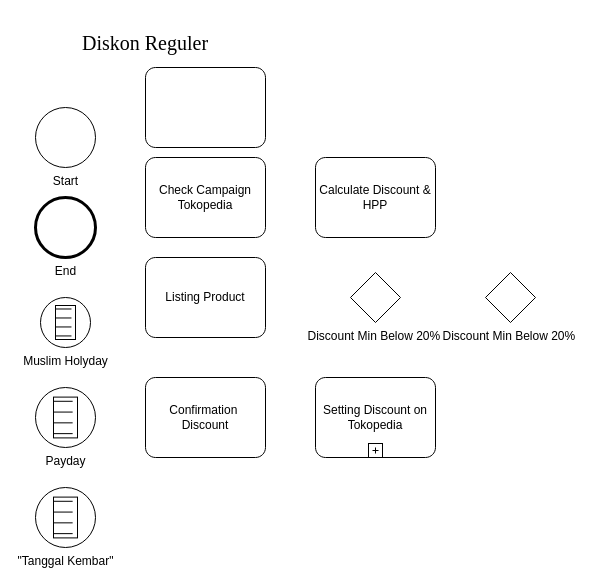
Before: BPMN-KP-Coba.drawio in xoghub/diagrams, a draw.io diagram. Source tidied: cells renumbered, new cells numbered last; positions are measured from the earlier drawing's top-left corner, leaving out a move shared by most shapes. Both pictures are drawn from the tidied source at 100%, with x=0, y=0 at pixel (35, 17).
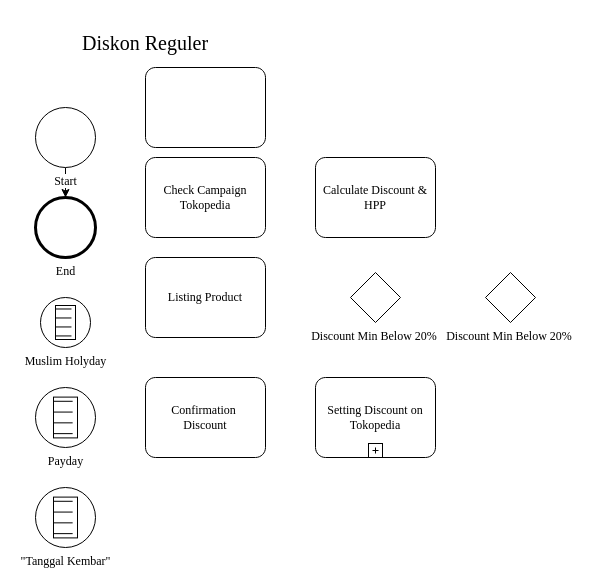
Above is the later version.

The edit, as a diff of the source:
```diff
@@
 <mxGraphModel>
   <root>
     <mxCell id="0" />
     <mxCell id="1" parent="0" />
-    <mxCell id="2" value="Listing Product" style="shape=mxgraph.bpmn.task;whiteSpace=wrap;rectStyle=rounded;size=10;html=1;taskMarker=abstract;" parent="1" vertex="1">
+    <mxCell id="2" value="Listing Product" style="shape=mxgraph.bpmn.task;whiteSpace=wrap;rectStyle=rounded;size=10;html=1;taskMarker=abstract;fontFamily=Times New Roman;" parent="1" vertex="1">
       <mxGeometry x="110" y="240" width="120" height="80" as="geometry" />
     </mxCell>
-    <mxCell id="3" value="&lt;font face=&quot;Times New Roman&quot; style=&quot;font-size: 20px;&quot;&gt;Diskon Reguler&lt;/font&gt;" style="text;html=1;strokeColor=none;fillColor=none;align=center;verticalAlign=middle;whiteSpace=wrap;rounded=0;" parent="1" vertex="1">
+    <mxCell id="3" value="&lt;font style=&quot;font-size: 20px;&quot;&gt;Diskon Reguler&lt;/font&gt;" style="text;html=1;strokeColor=none;fillColor=none;align=center;verticalAlign=middle;whiteSpace=wrap;rounded=0;fontFamily=Times New Roman;" parent="1" vertex="1">
       <mxGeometry x="5" width="210" height="50" as="geometry" />
     </mxCell>
+    <mxCell id="16" style="edgeStyle=orthogonalEdgeStyle;rounded=0;jettySize=auto;html=1;fontFamily=Times New Roman;" parent="1" edge="1" source="4" target="8">
+      <mxGeometry relative="1" as="geometry" />
+    </mxCell>
-    <mxCell id="4" value="Start" style="points=[[0.145,0.145,0],[0.5,0,0],[0.855,0.145,0],[1,0.5,0],[0.855,0.855,0],[0.5,1,0],[0.145,0.855,0],[0,0.5,0]];shape=mxgraph.bpmn.event;html=1;verticalLabelPosition=bottom;labelBackgroundColor=#ffffff;verticalAlign=top;align=center;perimeter=ellipsePerimeter;outlineConnect=0;outline=standard;symbol=general;" parent="1" vertex="1">
+    <mxCell id="4" value="Start" style="points=[[0.145,0.145,0],[0.5,0,0],[0.855,0.145,0],[1,0.5,0],[0.855,0.855,0],[0.5,1,0],[0.145,0.855,0],[0,0.5,0]];shape=mxgraph.bpmn.event;html=1;verticalLabelPosition=bottom;labelBackgroundColor=#ffffff;verticalAlign=top;align=center;perimeter=ellipsePerimeter;outlineConnect=0;outline=standard;symbol=general;fontFamily=Times New Roman;" parent="1" vertex="1">
       <mxGeometry y="90" width="60" height="60" as="geometry" />
     </mxCell>
-    <mxCell id="5" value="Check Campaign Tokopedia" style="shape=mxgraph.bpmn.task;whiteSpace=wrap;rectStyle=rounded;size=10;html=1;taskMarker=abstract;" parent="1" vertex="1">
+    <mxCell id="5" value="Check Campaign Tokopedia" style="shape=mxgraph.bpmn.task;whiteSpace=wrap;rectStyle=rounded;size=10;html=1;taskMarker=abstract;fontFamily=Times New Roman;" parent="1" vertex="1">
       <mxGeometry x="110" y="140" width="120" height="80" as="geometry" />
     </mxCell>
-    <mxCell id="6" value="Calculate Discount &amp;amp; HPP" style="shape=mxgraph.bpmn.task;whiteSpace=wrap;rectStyle=rounded;size=10;html=1;taskMarker=abstract;" parent="1" vertex="1">
+    <mxCell id="6" value="Calculate Discount &amp;amp; HPP" style="shape=mxgraph.bpmn.task;whiteSpace=wrap;rectStyle=rounded;size=10;html=1;taskMarker=abstract;fontFamily=Times New Roman;" parent="1" vertex="1">
       <mxGeometry x="280" y="140" width="120" height="80" as="geometry" />
     </mxCell>
-    <mxCell id="7" value="Discount Min Below 20%&amp;nbsp;" style="shape=mxgraph.bpmn.gateway2;html=1;verticalLabelPosition=bottom;labelBackgroundColor=#ffffff;verticalAlign=top;align=center;perimeter=rhombusPerimeter;outline=none;symbol=none;" parent="1" vertex="1">
+    <mxCell id="7" value="&lt;font&gt;Discount Min Below 20%&amp;nbsp;&lt;/font&gt;" style="shape=mxgraph.bpmn.gateway2;html=1;verticalLabelPosition=bottom;labelBackgroundColor=#ffffff;verticalAlign=top;align=center;perimeter=rhombusPerimeter;outline=none;symbol=none;fontFamily=Times New Roman;" parent="1" vertex="1">
       <mxGeometry x="315" y="255" width="50" height="50" as="geometry" />
     </mxCell>
-    <mxCell id="8" value="End" style="points=[[0.145,0.145,0],[0.5,0,0],[0.855,0.145,0],[1,0.5,0],[0.855,0.855,0],[0.5,1,0],[0.145,0.855,0],[0,0.5,0]];shape=mxgraph.bpmn.event;html=1;verticalLabelPosition=bottom;labelBackgroundColor=#ffffff;verticalAlign=top;align=center;perimeter=ellipsePerimeter;outlineConnect=0;outline=end;symbol=terminate2;" parent="1" vertex="1">
+    <mxCell id="8" value="End" style="points=[[0.145,0.145,0],[0.5,0,0],[0.855,0.145,0],[1,0.5,0],[0.855,0.855,0],[0.5,1,0],[0.145,0.855,0],[0,0.5,0]];shape=mxgraph.bpmn.event;html=1;verticalLabelPosition=bottom;labelBackgroundColor=#ffffff;verticalAlign=top;align=center;perimeter=ellipsePerimeter;outlineConnect=0;outline=end;symbol=terminate2;fontFamily=Times New Roman;" parent="1" vertex="1">
       <mxGeometry y="180" width="60" height="60" as="geometry" />
     </mxCell>
-    <mxCell id="9" value="Setting Discount on Tokopedia" style="shape=mxgraph.bpmn.task;whiteSpace=wrap;rectStyle=rounded;size=10;html=1;taskMarker=abstract;isLoopSub=1;" parent="1" vertex="1">
+    <mxCell id="9" value="&lt;font&gt;Setting Discount on Tokopedia&lt;/font&gt;" style="shape=mxgraph.bpmn.task;whiteSpace=wrap;rectStyle=rounded;size=10;html=1;taskMarker=abstract;isLoopSub=1;fontFamily=Times New Roman;" parent="1" vertex="1">
       <mxGeometry x="280" y="360" width="120" height="80" as="geometry" />
     </mxCell>
-    <mxCell id="10" style="shape=mxgraph.bpmn.task;whiteSpace=wrap;rectStyle=rounded;size=10;html=1;taskMarker=abstract;" parent="1" vertex="1">
+    <mxCell id="10" style="shape=mxgraph.bpmn.task;whiteSpace=wrap;rectStyle=rounded;size=10;html=1;taskMarker=abstract;fontFamily=Times New Roman;" parent="1" vertex="1">
       <mxGeometry x="110" y="50" width="120" height="80" as="geometry" />
     </mxCell>
-    <mxCell id="11" value="Discount Min Below 20%&amp;nbsp;" style="shape=mxgraph.bpmn.gateway2;html=1;verticalLabelPosition=bottom;labelBackgroundColor=#ffffff;verticalAlign=top;align=center;perimeter=rhombusPerimeter;outline=none;symbol=none;" parent="1" vertex="1">
+    <mxCell id="11" value="&lt;font&gt;Discount Min Below 20%&amp;nbsp;&lt;/font&gt;" style="shape=mxgraph.bpmn.gateway2;html=1;verticalLabelPosition=bottom;labelBackgroundColor=#ffffff;verticalAlign=top;align=center;perimeter=rhombusPerimeter;outline=none;symbol=none;fontFamily=Times New Roman;" parent="1" vertex="1">
       <mxGeometry x="450" y="255" width="50" height="50" as="geometry" />
     </mxCell>
-    <mxCell id="12" value="Confirmation&amp;nbsp;&lt;div&gt;Discount&lt;/div&gt;" style="shape=mxgraph.bpmn.task;whiteSpace=wrap;rectStyle=rounded;size=10;html=1;taskMarker=abstract;" parent="1" vertex="1">
+    <mxCell id="12" value="&lt;font&gt;Confirmation&amp;nbsp;&lt;/font&gt;&lt;div&gt;&lt;font&gt;Discount&lt;/font&gt;&lt;/div&gt;" style="shape=mxgraph.bpmn.task;whiteSpace=wrap;rectStyle=rounded;size=10;html=1;taskMarker=abstract;fontFamily=Times New Roman;" parent="1" vertex="1">
       <mxGeometry x="110" y="360" width="120" height="80" as="geometry" />
     </mxCell>
-    <mxCell id="13" value="Muslim Holyday" style="shape=mxgraph.bpmn.event;html=1;verticalLabelPosition=bottom;labelBackgroundColor=#ffffff;verticalAlign=top;align=center;perimeter=ellipsePerimeter;outline=standard;symbol=conditional;" parent="1" vertex="1">
+    <mxCell id="13" value="Muslim Holyday" style="shape=mxgraph.bpmn.event;html=1;verticalLabelPosition=bottom;labelBackgroundColor=#ffffff;verticalAlign=top;align=center;perimeter=ellipsePerimeter;outline=standard;symbol=conditional;fontFamily=Times New Roman;" parent="1" vertex="1">
       <mxGeometry x="5" y="280" width="50" height="50" as="geometry" />
     </mxCell>
-    <mxCell id="14" value="Payday" style="shape=mxgraph.bpmn.event;html=1;verticalLabelPosition=bottom;labelBackgroundColor=#ffffff;verticalAlign=top;align=center;perimeter=ellipsePerimeter;outline=standard;symbol=conditional;" parent="1" vertex="1">
+    <mxCell id="14" value="Payday" style="shape=mxgraph.bpmn.event;html=1;verticalLabelPosition=bottom;labelBackgroundColor=#ffffff;verticalAlign=top;align=center;perimeter=ellipsePerimeter;outline=standard;symbol=conditional;fontFamily=Times New Roman;" parent="1" vertex="1">
       <mxGeometry y="370" width="60" height="60" as="geometry" />
     </mxCell>
-    <mxCell id="15" value="&quot;Tanggal Kembar&quot;" style="shape=mxgraph.bpmn.event;html=1;verticalLabelPosition=bottom;labelBackgroundColor=#ffffff;verticalAlign=top;align=center;perimeter=ellipsePerimeter;outline=standard;symbol=conditional;" parent="1" vertex="1">
+    <mxCell id="15" value="&quot;Tanggal Kembar&quot;" style="shape=mxgraph.bpmn.event;html=1;verticalLabelPosition=bottom;labelBackgroundColor=#ffffff;verticalAlign=top;align=center;perimeter=ellipsePerimeter;outline=standard;symbol=conditional;fontFamily=Times New Roman;" parent="1" vertex="1">
       <mxGeometry y="470" width="60" height="60" as="geometry" />
     </mxCell>
   </root>
 </mxGraphModel>
```
